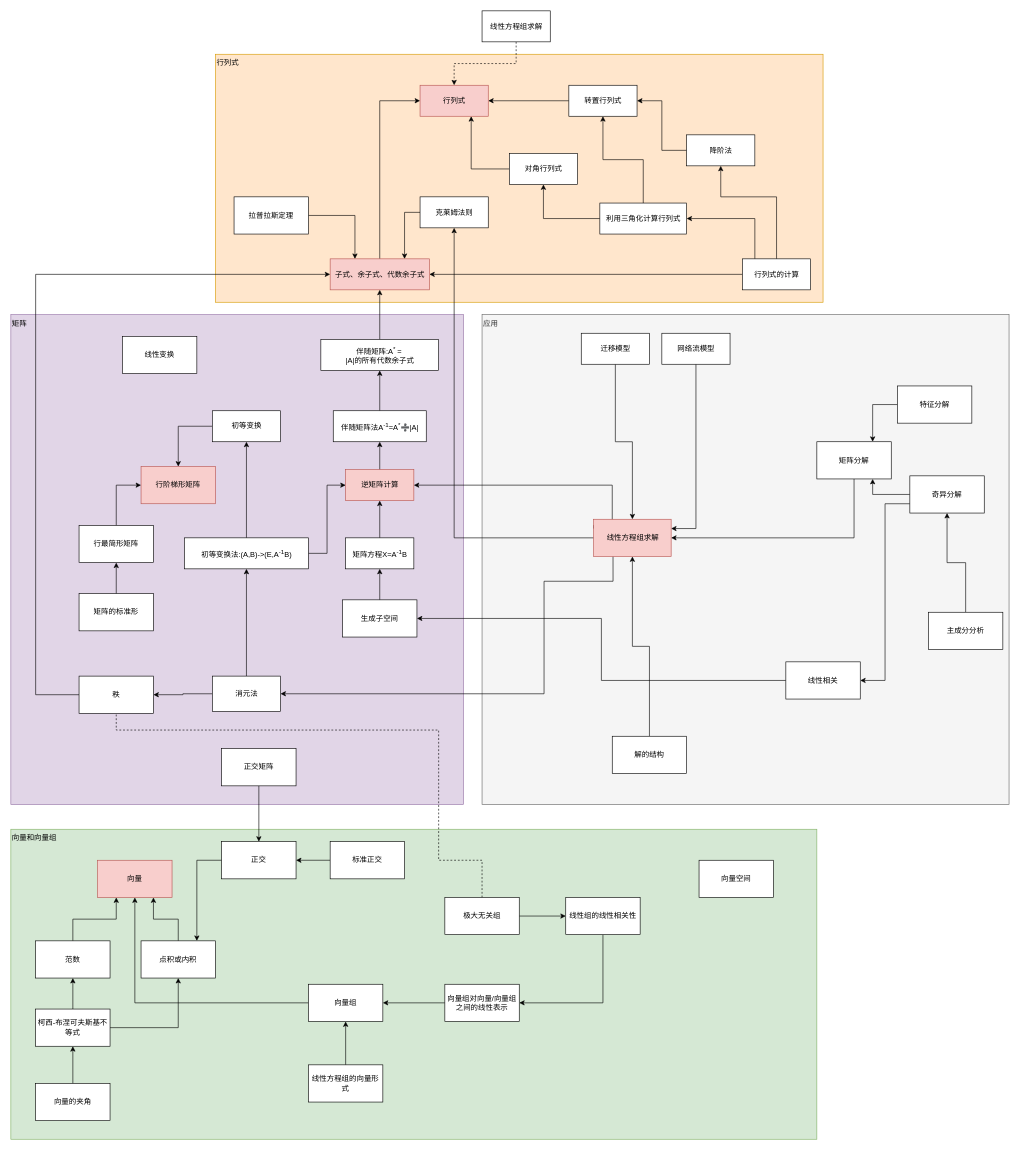
Before: liner_algebra.drawio in brendonlin/myflowchart, a draw.io diagram. Source tidied: cells renumbered, new cells numbered last; positions are measured from the earlier drawing's top-left corner, leaving out a move shared by most shapes. Both pictures are drawn from the tidied source at 62%, with x=0, y=0 at pixel (11, 11).
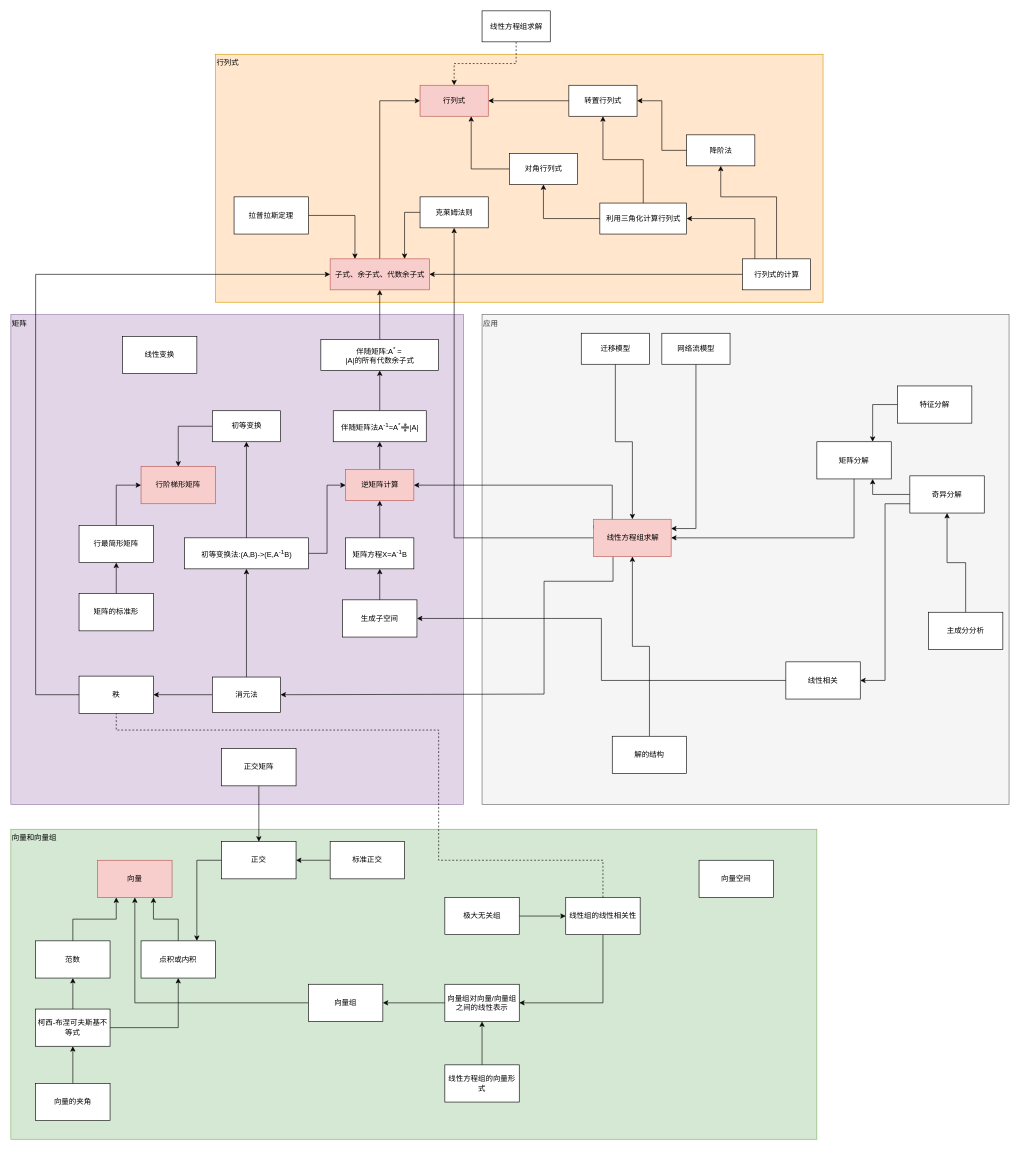
After the change.

Unchanged cells that the change refers to:
```xml
<mxCell id="44" value="秩" style="rounded=0;whiteSpace=wrap;html=1;" parent="1" vertex="1">
  <mxGeometry x="110" y="1073" width="120" height="60" as="geometry" />
</mxCell>
<mxCell id="85" value="向量组" style="rounded=0;whiteSpace=wrap;html=1;align=center;" parent="1" vertex="1">
  <mxGeometry x="480" y="1570" width="120" height="60" as="geometry" />
</mxCell>
<mxCell id="87" value="向量组对向量/向量组之间的线性表示" style="rounded=0;whiteSpace=wrap;html=1;align=center;" parent="1" vertex="1">
  <mxGeometry x="700" y="1570" width="120" height="60" as="geometry" />
</mxCell>
<mxCell id="89" value="线性组的线性相关性" style="rounded=0;whiteSpace=wrap;html=1;align=center;" parent="1" vertex="1">
  <mxGeometry x="895" y="1430" width="120" height="60" as="geometry" />
</mxCell>
<mxCell id="92" value="极大无关组" style="rounded=0;whiteSpace=wrap;html=1;align=center;" parent="1" vertex="1">
  <mxGeometry x="700" y="1430" width="120" height="60" as="geometry" />
</mxCell>
```

Change to the diagram source:
```diff
@@
     <mxCell id="77" value="消元法" style="html=1;" parent="1" vertex="1">
-      <mxGeometry x="325" y="1073" width="110" height="57" as="geometry" />
+      <mxGeometry x="325" y="1074.5" width="110" height="57" as="geometry" />
     </mxCell>
@@
-    <mxCell id="91" style="edgeStyle=orthogonalEdgeStyle;rounded=0;jettySize=auto;html=1;exitX=0.5;exitY=0;exitDx=0;exitDy=0;endArrow=none;endFill=0;dashed=1;" parent="1" edge="1" source="92" target="44">
+    <mxCell id="91" style="edgeStyle=orthogonalEdgeStyle;rounded=0;jettySize=auto;html=1;exitX=0.5;exitY=0;exitDx=0;exitDy=0;endArrow=none;endFill=0;dashed=1;" parent="1" edge="1" source="89" target="44">
       <mxGeometry relative="1" as="geometry">
         <Array as="points">
-          <mxPoint x="760" y="1370" />
+          <mxPoint x="955" y="1370" />
           <mxPoint x="690" y="1370" />
           <mxPoint x="690" y="1160" />
           <mxPoint x="170" y="1160" />
         </Array>
       </mxGeometry>
     </mxCell>
@@
-    <mxCell id="101" style="edgeStyle=orthogonalEdgeStyle;rounded=0;jettySize=auto;html=1;entryX=0.5;entryY=1;entryDx=0;entryDy=0;" parent="1" edge="1" source="102" target="85">
+    <mxCell id="101" style="edgeStyle=orthogonalEdgeStyle;rounded=0;jettySize=auto;html=1;" parent="1" edge="1" source="102" target="87">
       <mxGeometry relative="1" as="geometry" />
     </mxCell>
     <mxCell id="102" value="线性方程组的向量形式" style="rounded=0;whiteSpace=wrap;html=1;" parent="1" vertex="1">
-      <mxGeometry x="480" y="1700" width="120" height="60" as="geometry" />
+      <mxGeometry x="700" y="1700" width="120" height="60" as="geometry" />
     </mxCell>
```
